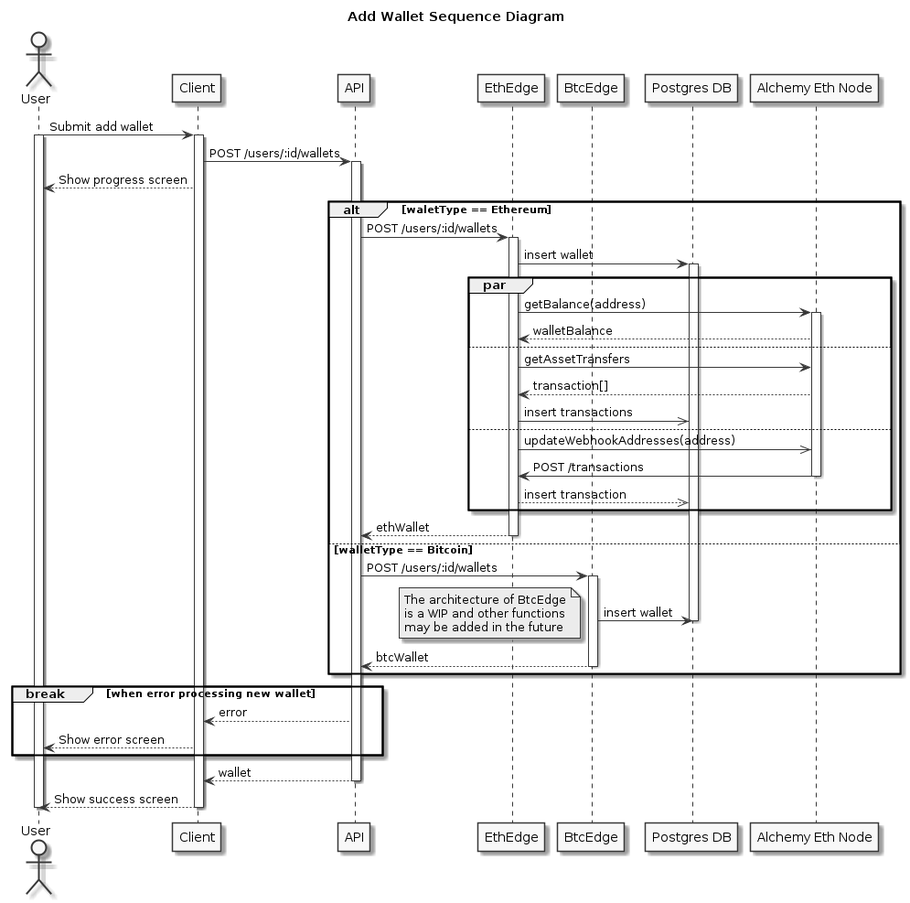
This is packages/docs/diagrams/generated/sequence_add_wallet.png from SOEN-490-Capstone/Cryptify, a PlantUML export, as it was before one commit.
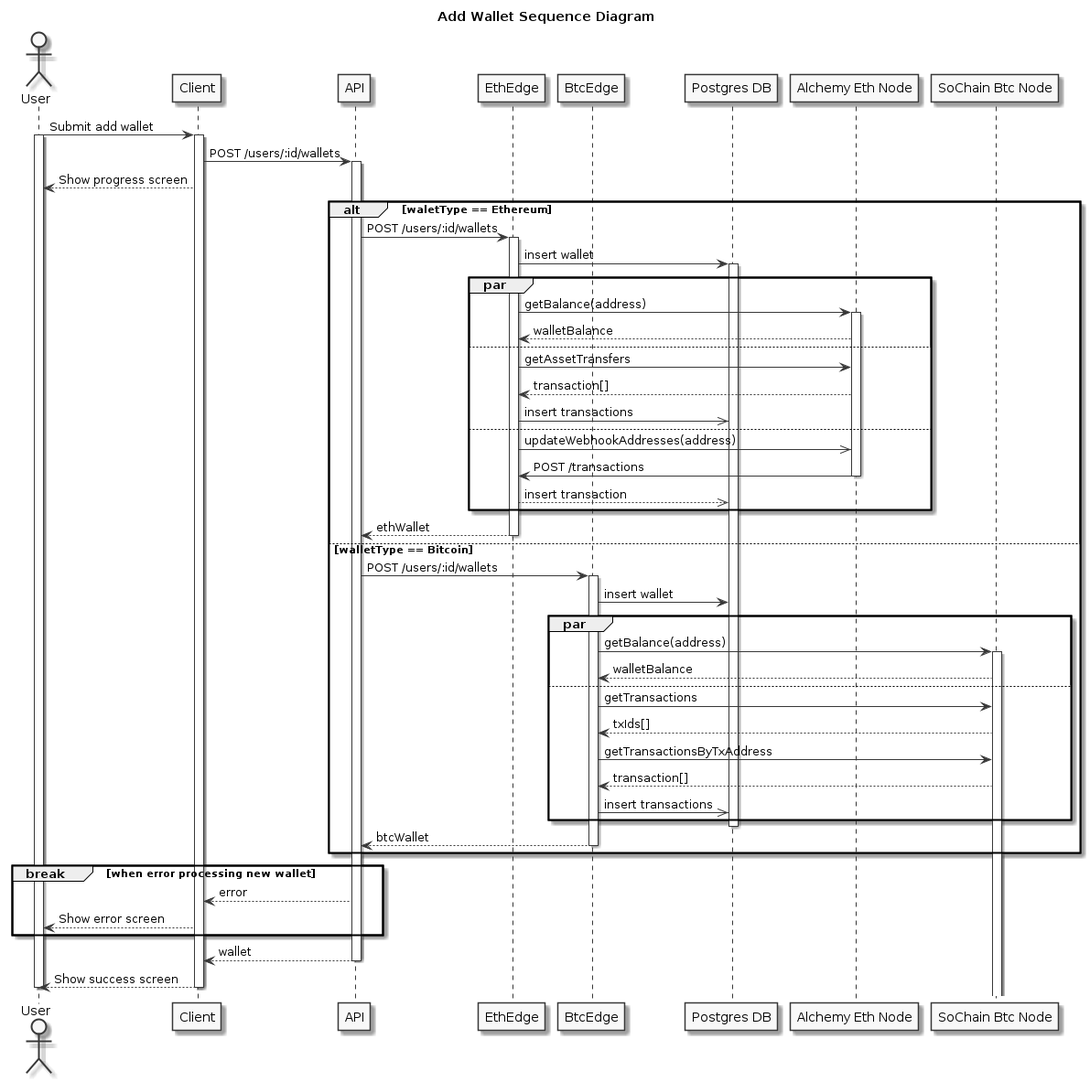
The same diagram one commit later.

Commit message:
Update add wallet sequence diagram with btc edge

What changed in the source:
```diff
@@ -10,6 +10,7 @@
 participant BtcEdge
 participant "Postgres DB"
 participant "Alchemy Eth Node"
+participant "SoChain Btc Node"
 
 User -> Client: Submit add wallet
 activate User
@@ -44,9 +45,20 @@
     API -> BtcEdge: POST /users/:id/wallets
     activate BtcEdge
     BtcEdge -> "Postgres DB": insert wallet
+
+    par
+        BtcEdge -> "SoChain Btc Node": getBalance(address)
+        activate "SoChain Btc Node"
+        "SoChain Btc Node" --> BtcEdge: walletBalance
+    else
+        BtcEdge -> "SoChain Btc Node": getTransactions
+        "SoChain Btc Node" --> BtcEdge: txIds[]
+        BtcEdge -> "SoChain Btc Node": getTransactionsByTxAddress
+        "SoChain Btc Node" --> BtcEdge: transaction[]
+        BtcEdge ->> "Postgres DB": insert transactions
+    end
+
     deactivate "Postgres DB"
-    note left: The architecture of BtcEdge\nis a WIP and other functions\nmay be added in the future
-
     BtcEdge --> API: btcWallet
     deactivate BtcEdge
 end
```
